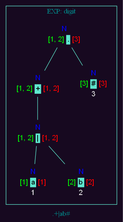
This is ExRegan1/REPORTES/ARBOLES_202100953/Arbol_EXP_digit.png from Damaris-Muralles/OLC_ExRegan, a Graphviz export, as it was before one commit. Its source is kept beside it as ExRegan1/REPORTES/ARBOLES_202100953/Arbol_EXP_digit.dot. Its diagram source:
```dot
graph "" {

    fontcolor="cyan4"
    bgcolor="#170920"
    node [fontname="Helvetica,Arial,sans-serif", shape=none]

    label=".+|ab#"

    subgraph cluster01{
        color="#5ee7cd"
        label="EXP: digit"
        n0 -- n1 [color="#5ee7cd"] ;
        n0 -- n5 [color="#5ee7cd"] ;
        n0 [label = <
                <table border="0">
                    <tr><td colspan="3"><font color="blue">N</font></td></tr>
                    <tr><td><font color="green">[1, 2]</font></td>
                    <td bgcolor="#5ee7cd"><font color="black">.</font></td>
                    <td ><font color="red">[3]</font></td></tr>
                </table>
            > ] ;
        n1 -- n2 [color="#5ee7cd"] ;
        n1 [label = <
                <table border="0">
                    <tr><td colspan="3"><font color="blue">N</font></td></tr>
                    <tr><td><font color="green">[1, 2]</font></td>
                    <td bgcolor="#5ee7cd"><font color="black">+</font></td>
                    <td ><font color="red">[1, 2]</font></td></tr>
                </table>
            > ] ;
        n2 -- n3 [color="#5ee7cd"] ;
        n2 -- n4 [color="#5ee7cd"] ;
        n2 [label = <
                <table border="0">
                    <tr><td colspan="3"><font color="blue">N</font></td></tr>
                    <tr><td><font color="green">[1, 2]</font></td>
                    <td bgcolor="#5ee7cd"><font color="black">|</font></td>
                    <td ><font color="red">[1, 2]</font></td></tr>
                </table>
            > ] ;
        n3 [label = <
                <table border="0">
                    <tr><td colspan="3"><font color="blue">N</font></td></tr>
                    <tr><td><font color="green">[1]</font></td>
                    <td bgcolor="#5ee7cd"><font color="black">a</font></td>
                    <td ><font color="red">[1]</font></td></tr>
                    <tr><td colspan="3"><font color="white">1</font></td></tr>
                </table>
            > ] ;        n4 [label = <
                <table border="0">
                    <tr><td colspan="3"><font color="blue">N</font></td></tr>
                    <tr><td><font color="green">[2]</font></td>
                    <td bgcolor="#5ee7cd"><font color="black">b</font></td>
                    <td ><font color="red">[2]</font></td></tr>
                    <tr><td colspan="3"><font color="white">2</font></td></tr>
                </table>
            > ] ;        n5 [label = <
                <table border="0">
                    <tr><td colspan="3"><font color="blue">N</font></td></tr>
                    <tr><td><font color="green">[3]</font></td>
                    <td bgcolor="#5ee7cd"><font color="black">#</font></td>
                    <td ><font color="red">[3]</font></td></tr>
                    <tr><td colspan="3"><font color="white">3</font></td></tr>
                </table>
            > ] ;    }
}
```
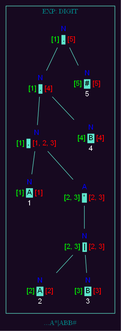
The same diagram one commit later.

Change to the diagram source:
```diff
@@ -4,28 +4,29 @@
     bgcolor="#170920"
     node [fontname="Helvetica,Arial,sans-serif", shape=none]
 
-    label=".+|ab#"
+    label="...A*|ABB#"
 
     subgraph cluster01{
         color="#5ee7cd"
-        label="EXP: digit"
+        label="EXP: DIGIT"
         n0 -- n1 [color="#5ee7cd"] ;
-        n0 -- n5 [color="#5ee7cd"] ;
+        n0 -- n9 [color="#5ee7cd"] ;
         n0 [label = <
                 <table border="0">
                     <tr><td colspan="3"><font color="blue">N</font></td></tr>
-                    <tr><td><font color="green">[1, 2]</font></td>
+                    <tr><td><font color="green">[1]</font></td>
                     <td bgcolor="#5ee7cd"><font color="black">.</font></td>
-                    <td ><font color="red">[3]</font></td></tr>
+                    <td ><font color="red">[5]</font></td></tr>
                 </table>
             > ] ;
         n1 -- n2 [color="#5ee7cd"] ;
+        n1 -- n8 [color="#5ee7cd"] ;
         n1 [label = <
                 <table border="0">
                     <tr><td colspan="3"><font color="blue">N</font></td></tr>
-                    <tr><td><font color="green">[1, 2]</font></td>
-                    <td bgcolor="#5ee7cd"><font color="black">+</font></td>
-                    <td ><font color="red">[1, 2]</font></td></tr>
+                    <tr><td><font color="green">[1]</font></td>
+                    <td bgcolor="#5ee7cd"><font color="black">.</font></td>
+                    <td ><font color="red">[4]</font></td></tr>
                 </table>
             > ] ;
         n2 -- n3 [color="#5ee7cd"] ;
@@ -33,34 +34,69 @@
         n2 [label = <
                 <table border="0">
                     <tr><td colspan="3"><font color="blue">N</font></td></tr>
-                    <tr><td><font color="green">[1, 2]</font></td>
-                    <td bgcolor="#5ee7cd"><font color="black">|</font></td>
-                    <td ><font color="red">[1, 2]</font></td></tr>
+                    <tr><td><font color="green">[1]</font></td>
+                    <td bgcolor="#5ee7cd"><font color="black">.</font></td>
+                    <td ><font color="red">[1, 2, 3]</font></td></tr>
                 </table>
             > ] ;
         n3 [label = <
                 <table border="0">
                     <tr><td colspan="3"><font color="blue">N</font></td></tr>
                     <tr><td><font color="green">[1]</font></td>
-                    <td bgcolor="#5ee7cd"><font color="black">a</font></td>
+                    <td bgcolor="#5ee7cd"><font color="black">A</font></td>
                     <td ><font color="red">[1]</font></td></tr>
                     <tr><td colspan="3"><font color="white">1</font></td></tr>
                 </table>
-            > ] ;        n4 [label = <
+            > ] ;        n4 -- n5 [color="#5ee7cd"] ;
+        n4 [label = <
+                <table border="0">
+                    <tr><td colspan="3"><font color="blue">A</font></td></tr>
+                    <tr><td><font color="green">[2, 3]</font></td>
+                    <td bgcolor="#5ee7cd"><font color="black">*</font></td>
+                    <td ><font color="red">[2, 3]</font></td></tr>
+                </table>
+            > ] ;
+        n5 -- n6 [color="#5ee7cd"] ;
+        n5 -- n7 [color="#5ee7cd"] ;
+        n5 [label = <
+                <table border="0">
+                    <tr><td colspan="3"><font color="blue">N</font></td></tr>
+                    <tr><td><font color="green">[2, 3]</font></td>
+                    <td bgcolor="#5ee7cd"><font color="black">|</font></td>
+                    <td ><font color="red">[2, 3]</font></td></tr>
+                </table>
+            > ] ;
+        n6 [label = <
                 <table border="0">
                     <tr><td colspan="3"><font color="blue">N</font></td></tr>
                     <tr><td><font color="green">[2]</font></td>
-                    <td bgcolor="#5ee7cd"><font color="black">b</font></td>
+                    <td bgcolor="#5ee7cd"><font color="black">A</font></td>
                     <td ><font color="red">[2]</font></td></tr>
                     <tr><td colspan="3"><font color="white">2</font></td></tr>
                 </table>
-            > ] ;        n5 [label = <
+            > ] ;        n7 [label = <
                 <table border="0">
                     <tr><td colspan="3"><font color="blue">N</font></td></tr>
                     <tr><td><font color="green">[3]</font></td>
-                    <td bgcolor="#5ee7cd"><font color="black">#</font></td>
+                    <td bgcolor="#5ee7cd"><font color="black">B</font></td>
                     <td ><font color="red">[3]</font></td></tr>
                     <tr><td colspan="3"><font color="white">3</font></td></tr>
                 </table>
+            > ] ;        n8 [label = <
+                <table border="0">
+                    <tr><td colspan="3"><font color="blue">N</font></td></tr>
+                    <tr><td><font color="green">[4]</font></td>
+                    <td bgcolor="#5ee7cd"><font color="black">B</font></td>
+                    <td ><font color="red">[4]</font></td></tr>
+                    <tr><td colspan="3"><font color="white">4</font></td></tr>
+                </table>
+            > ] ;        n9 [label = <
+                <table border="0">
+                    <tr><td colspan="3"><font color="blue">N</font></td></tr>
+                    <tr><td><font color="green">[5]</font></td>
+                    <td bgcolor="#5ee7cd"><font color="black">#</font></td>
+                    <td ><font color="red">[5]</font></td></tr>
+                    <tr><td colspan="3"><font color="white">5</font></td></tr>
+                </table>
             > ] ;    }
 }
```
